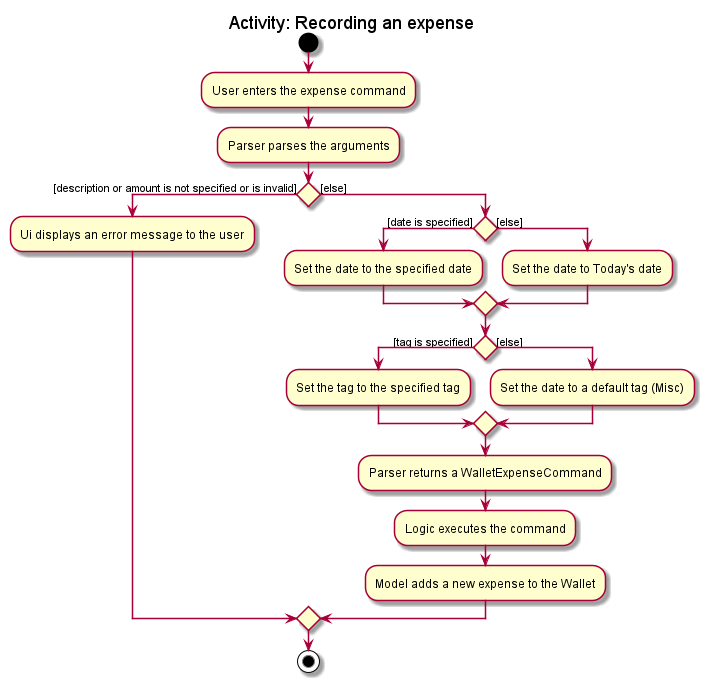
syinyichen/main keeps this PlantUML diagram as docs/images/ExpenseActivityDiagram.png. Above is the earlier version.
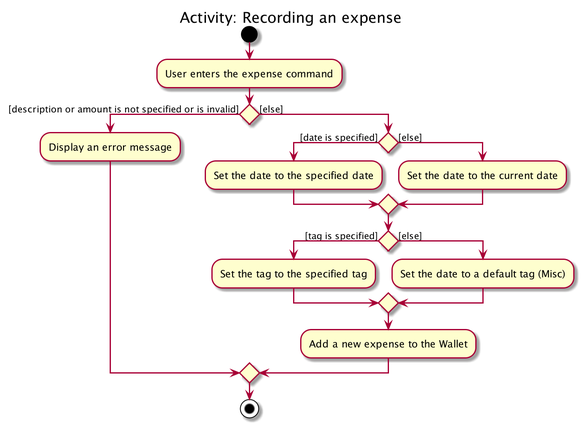
The same diagram one commit later.

Change to the diagram source:
```diff
@@ -2,24 +2,21 @@
 title Activity: Recording an expense
 start
 :User enters the expense command;
-:Parser parses the arguments;
 
 if () then ([description or amount is not specified or is invalid])
-    :Ui displays an error message to the user;
+    :Display an error message;
 else ([else])
     if () then ([date is specified])
         :Set the date to the specified date;
     else ([else])
-        :Set the date to Today's date;
+        :Set the date to the current date;
     endif
     if () then ([tag is specified])
         :Set the tag to the specified tag;
     else ([else])
         :Set the date to a default tag (Misc);
     endif
-    :Parser returns a WalletExpenseCommand;
-    :Logic executes the command;
-    :Model adds a new expense to the Wallet;
+    :Add a new expense to the Wallet;
 endif
 stop
 @enduml
```
